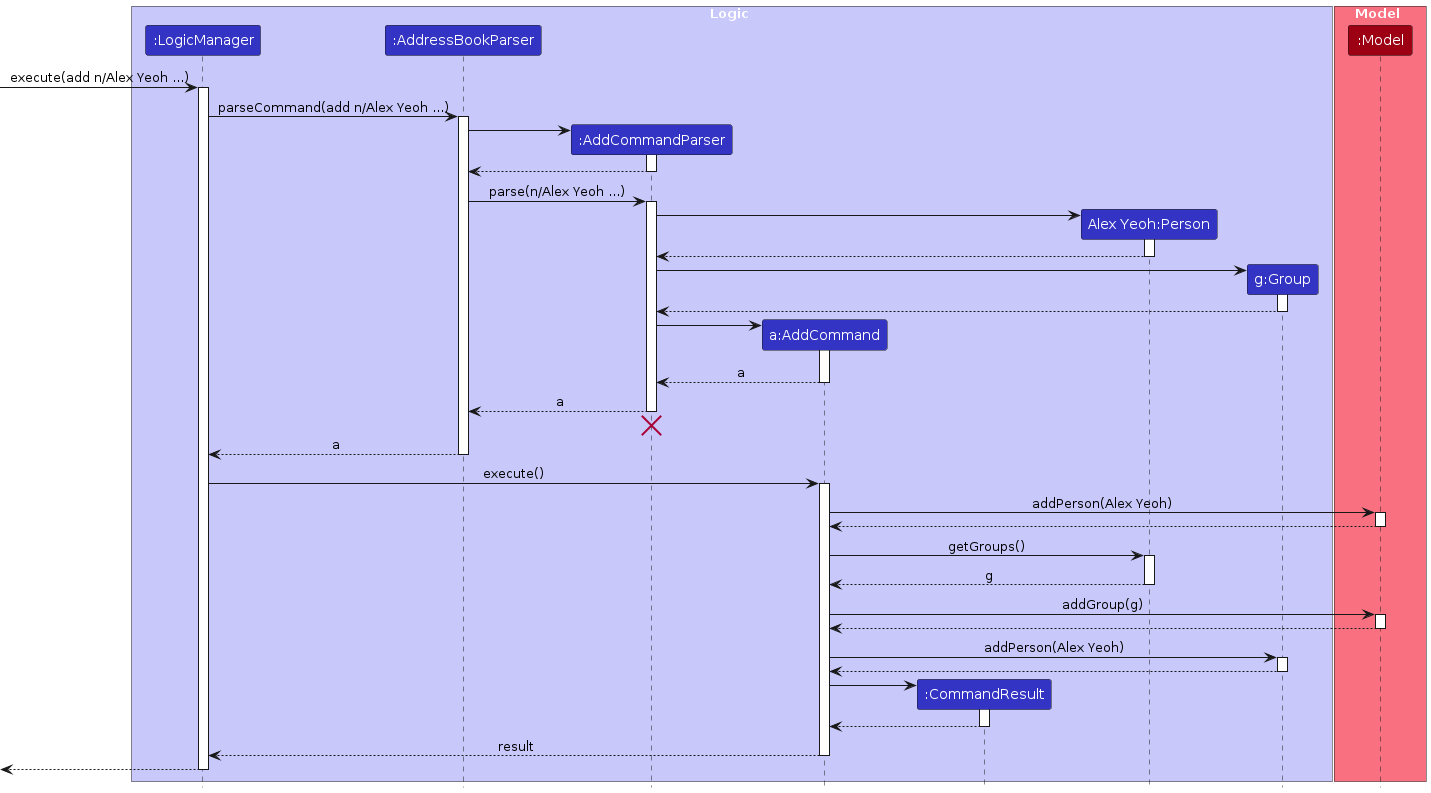
Earlier version of the PlantUML export diagrams/AddCommandSequenceDiagram.png (AY2324S1-CS2103T-T10-3/tp). Its source is kept beside it as diagrams/AddCommandSequenceDiagram.puml.
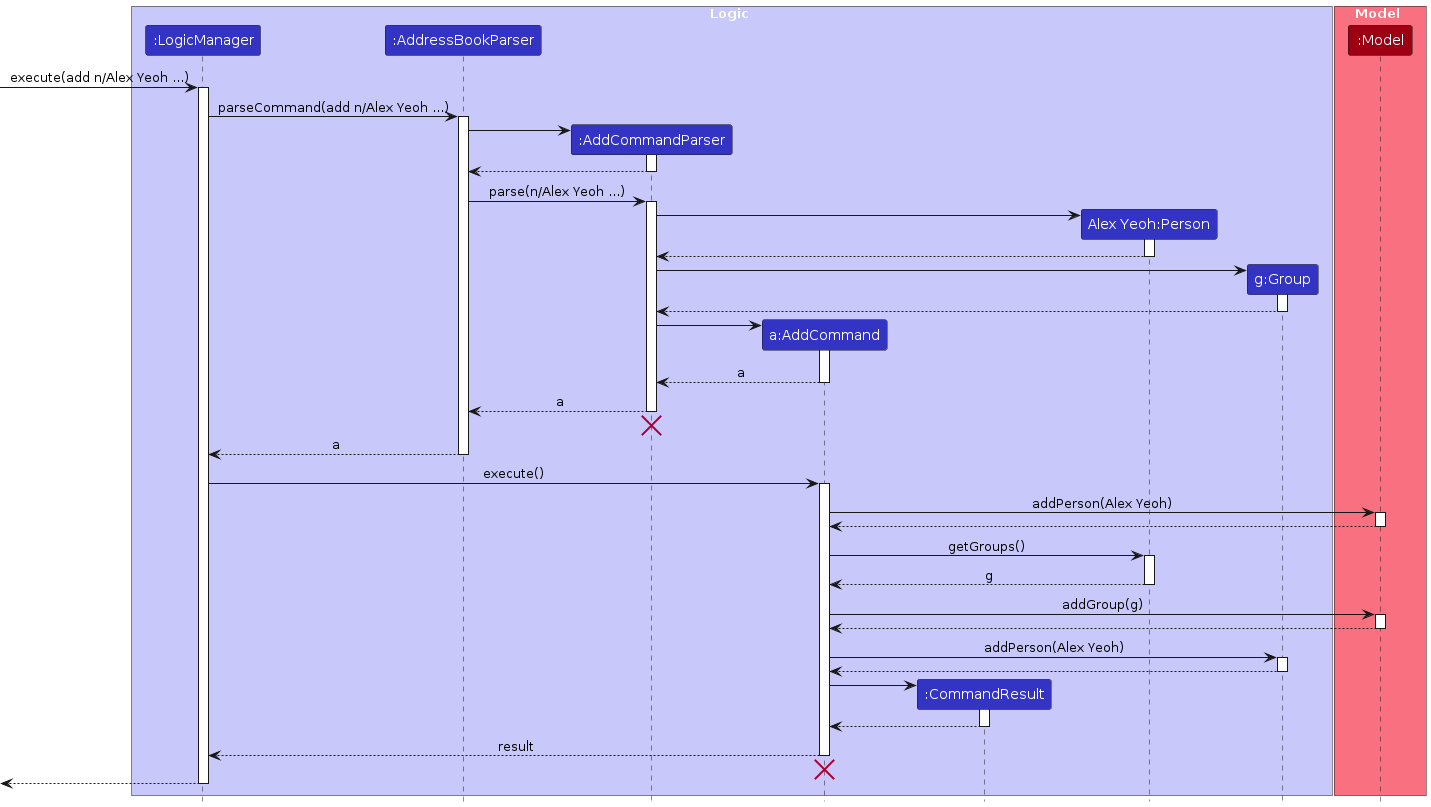
Later version of the same file.

The edit, as a diff of the source:
```diff
@@ -98,8 +98,13 @@
 CommandResult --> AddCommand
 deactivate CommandResult
 
+
 AddCommand --> LogicManager : result
 deactivate AddCommand
+
+AddCommand -[hidden]-> AddressBookParser
+destroy AddCommand
+
 [<--LogicManager
 deactivate LogicManager
 
```
